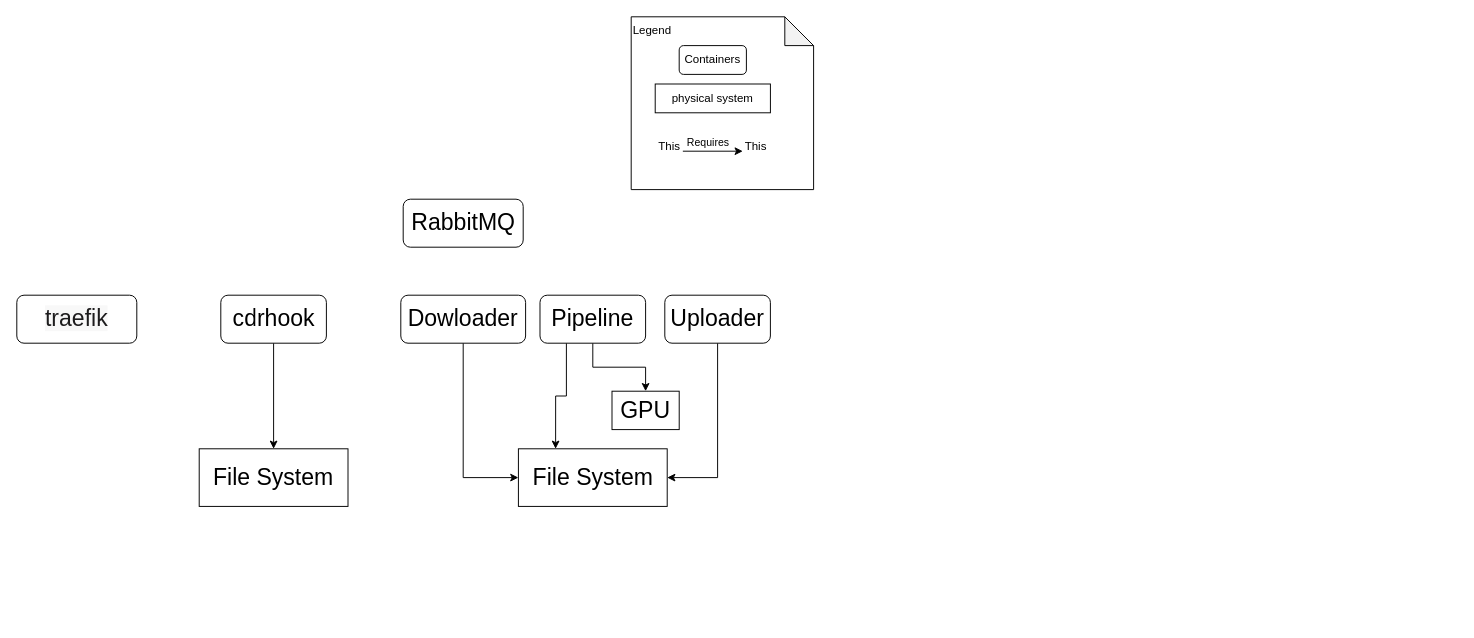
DARPA-CRITICALMAAS/uiuc-cdr keeps this draw.io diagram as SystemDiagram.drawio. Above is the earlier version. Source tidied: cells renumbered, new cells numbered last; positions are measured from the earlier drawing's top-left corner, leaving out a move shared by most shapes. Both pictures are drawn from the tidied source at 96%, with x=0, y=0 at pixel (16, 16).
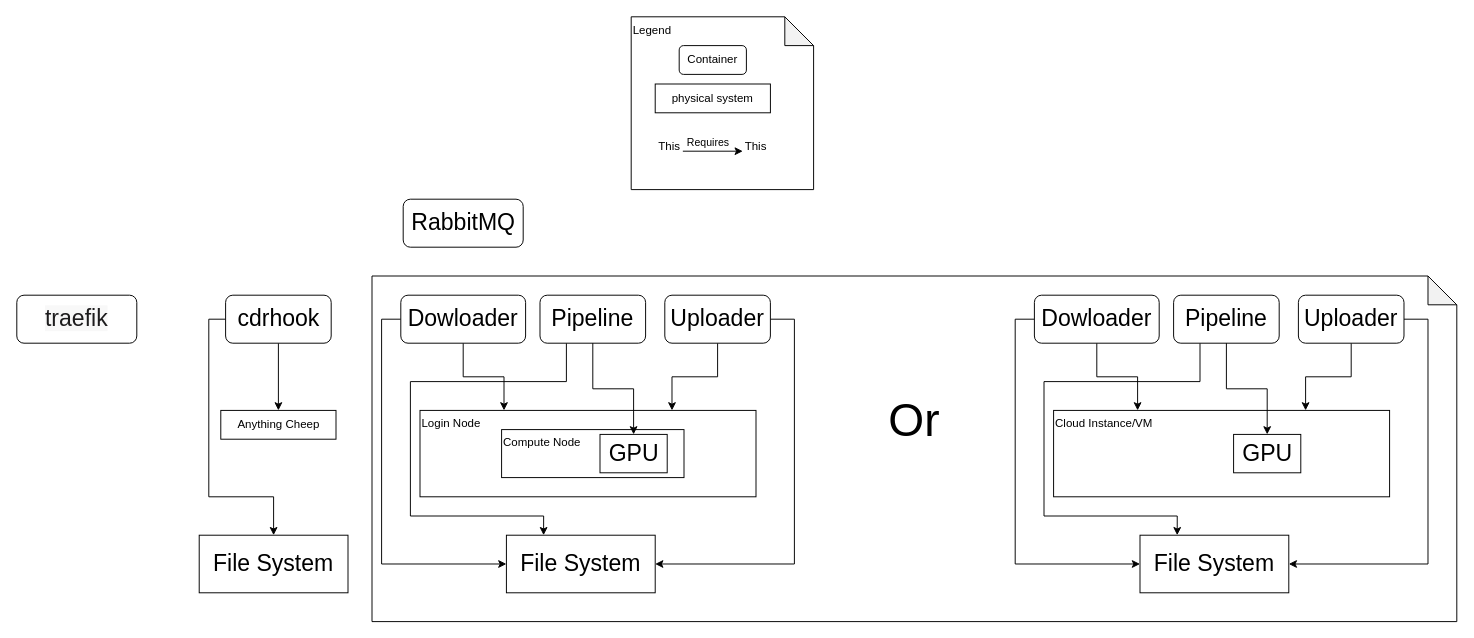
Above is the later version.

Commit message:
adding cluster vs cloud concept

The change refers to these unchanged cells:
```xml
<mxCell id="6" value="Dowloader" style="rounded=1;whiteSpace=wrap;html=1;fontSize=24;" parent="1" vertex="1">
  <mxGeometry x="400" y="290" width="130" height="50" as="geometry" />
</mxCell>
<mxCell id="9" value="Pipeline" style="rounded=1;whiteSpace=wrap;html=1;fontSize=24;" parent="1" vertex="1">
  <mxGeometry x="545" y="290" width="110" height="50" as="geometry" />
</mxCell>
<mxCell id="11" value="Uploader" style="rounded=1;whiteSpace=wrap;html=1;fontSize=24;" parent="1" vertex="1">
  <mxGeometry x="675" y="290" width="110" height="50" as="geometry" />
</mxCell>
```

Diff of the diagram source:
```diff
@@
+    <mxCell id="23" style="shape=note;whiteSpace=wrap;html=1;backgroundOutline=1;darkOpacity=0.05;" parent="1" vertex="1">
+      <mxGeometry x="370" y="270" width="1130" height="360" as="geometry" />
+    </mxCell>
@@
     <mxCell id="3" style="edgeStyle=orthogonalEdgeStyle;rounded=0;jettySize=auto;html=1;entryX=0.5;entryY=0;entryDx=0;entryDy=0;" parent="1" edge="1" source="4" target="14">
-      <mxGeometry relative="1" as="geometry" />
+      <mxGeometry relative="1" as="geometry">
+        <Array as="points">
+          <mxPoint x="200" y="315" />
+          <mxPoint x="200" y="500" />
+          <mxPoint x="268" y="500" />
+        </Array>
+      </mxGeometry>
     </mxCell>
+    <mxCell id="24" style="edgeStyle=orthogonalEdgeStyle;rounded=0;jettySize=auto;html=1;entryX=0.5;entryY=0;entryDx=0;entryDy=0;" parent="1" edge="1" source="4" target="29">
+      <mxGeometry relative="1" as="geometry" />
+    </mxCell>
     <mxCell id="4" value="cdrhook" style="rounded=1;whiteSpace=wrap;html=1;fontSize=24;" parent="1" vertex="1">
-      <mxGeometry x="212.5" y="290" width="110" height="50" as="geometry" />
+      <mxGeometry x="217.5" y="290" width="110" height="50" as="geometry" />
     </mxCell>
     <mxCell id="5" style="edgeStyle=orthogonalEdgeStyle;rounded=0;jettySize=auto;html=1;entryX=0;entryY=0.5;entryDx=0;entryDy=0;" parent="1" edge="1" source="6" target="13">
-      <mxGeometry relative="1" as="geometry" />
+      <mxGeometry relative="1" as="geometry">
+        <Array as="points">
+          <mxPoint x="380" y="315" />
+          <mxPoint x="380" y="570" />
+        </Array>
+      </mxGeometry>
     </mxCell>
+    <mxCell id="25" style="edgeStyle=orthogonalEdgeStyle;rounded=0;jettySize=auto;html=1;entryX=0.25;entryY=0;entryDx=0;entryDy=0;" parent="1" edge="1" source="6" target="27">
+      <mxGeometry relative="1" as="geometry" />
+    </mxCell>
@@
     <mxCell id="7" style="edgeStyle=orthogonalEdgeStyle;rounded=0;jettySize=auto;html=1;entryX=0.25;entryY=0;entryDx=0;entryDy=0;exitX=0.25;exitY=1;exitDx=0;exitDy=0;" parent="1" edge="1" source="9" target="13">
-      <mxGeometry relative="1" as="geometry" />
+      <mxGeometry relative="1" as="geometry">
+        <Array as="points">
+          <mxPoint x="573" y="380" />
+          <mxPoint x="410" y="380" />
+          <mxPoint x="410" y="520" />
+          <mxPoint x="549" y="520" />
+        </Array>
+      </mxGeometry>
     </mxCell>
-    <mxCell id="8" style="edgeStyle=orthogonalEdgeStyle;rounded=0;jettySize=auto;html=1;entryX=0.5;entryY=0;entryDx=0;entryDy=0;" parent="1" edge="1" source="9" target="15">
-      <mxGeometry relative="1" as="geometry" />
-    </mxCell>
@@
     <mxCell id="10" style="edgeStyle=orthogonalEdgeStyle;rounded=0;jettySize=auto;html=1;entryX=1;entryY=0.5;entryDx=0;entryDy=0;" parent="1" edge="1" source="11" target="13">
-      <mxGeometry relative="1" as="geometry" />
+      <mxGeometry relative="1" as="geometry">
+        <Array as="points">
+          <mxPoint x="810" y="315" />
+          <mxPoint x="810" y="570" />
+        </Array>
+      </mxGeometry>
     </mxCell>
+    <mxCell id="26" style="edgeStyle=orthogonalEdgeStyle;rounded=0;jettySize=auto;html=1;entryX=0.75;entryY=0;entryDx=0;entryDy=0;" parent="1" edge="1" source="11" target="27">
+      <mxGeometry relative="1" as="geometry" />
+    </mxCell>
@@
     <mxCell id="13" value="File System" style="rounded=0;whiteSpace=wrap;html=1;fontSize=24;" parent="1" vertex="1">
-      <mxGeometry x="522.5" y="450" width="155" height="60" as="geometry" />
+      <mxGeometry x="510" y="540" width="155" height="60" as="geometry" />
     </mxCell>
     <mxCell id="14" value="File System" style="rounded=0;whiteSpace=wrap;html=1;fontSize=24;" parent="1" vertex="1">
-      <mxGeometry x="190" y="450" width="155" height="60" as="geometry" />
+      <mxGeometry x="190" y="540" width="155" height="60" as="geometry" />
     </mxCell>
-    <mxCell id="15" value="GPU" style="rounded=0;whiteSpace=wrap;html=1;fontSize=24;" parent="1" vertex="1">
-      <mxGeometry x="620" y="390" width="70" height="40" as="geometry" />
-    </mxCell>
-    <mxCell id="16" value="Containers" style="rounded=1;whiteSpace=wrap;html=1;" parent="1" vertex="1">
+    <mxCell id="16" value="Container" style="rounded=1;whiteSpace=wrap;html=1;" parent="1" vertex="1">
       <mxGeometry x="690" y="30" width="70" height="30" as="geometry" />
     </mxCell>
@@
+    <mxCell id="27" value="Login Node" style="rounded=0;whiteSpace=wrap;html=1;verticalAlign=top;align=left;" parent="1" vertex="1">
+      <mxGeometry x="420" y="410" width="350" height="90" as="geometry" />
+    </mxCell>
+    <mxCell id="28" value="Compute Node" style="rounded=0;whiteSpace=wrap;html=1;verticalAlign=top;align=left;" parent="1" vertex="1">
+      <mxGeometry x="505" y="430" width="190" height="50" as="geometry" />
+    </mxCell>
+    <mxCell id="15" value="GPU" style="rounded=0;whiteSpace=wrap;html=1;fontSize=24;" parent="1" vertex="1">
+      <mxGeometry x="607.5" y="435" width="70" height="40" as="geometry" />
+    </mxCell>
+    <mxCell id="8" style="edgeStyle=orthogonalEdgeStyle;rounded=0;jettySize=auto;html=1;entryX=0.5;entryY=0;entryDx=0;entryDy=0;" parent="1" edge="1" source="9" target="15">
+      <mxGeometry relative="1" as="geometry" />
+    </mxCell>
+    <mxCell id="29" value="Anything Cheep" style="rounded=0;whiteSpace=wrap;html=1;" parent="1" vertex="1">
+      <mxGeometry x="212.5" y="410" width="120" height="30" as="geometry" />
+    </mxCell>
+    <mxCell id="30" value="Or" style="text;html=1;align=center;verticalAlign=middle;whiteSpace=wrap;rounded=0;fontSize=48;" parent="1" vertex="1">
+      <mxGeometry x="905" y="405" width="60" height="30" as="geometry" />
+    </mxCell>
+    <mxCell id="31" style="edgeStyle=orthogonalEdgeStyle;rounded=0;jettySize=auto;html=1;entryX=0;entryY=0.5;entryDx=0;entryDy=0;" parent="1" edge="1" source="33" target="39">
+      <mxGeometry relative="1" as="geometry">
+        <Array as="points">
+          <mxPoint x="1040" y="315" />
+          <mxPoint x="1040" y="570" />
+        </Array>
+      </mxGeometry>
+    </mxCell>
+    <mxCell id="32" style="edgeStyle=orthogonalEdgeStyle;rounded=0;jettySize=auto;html=1;entryX=0.25;entryY=0;entryDx=0;entryDy=0;" parent="1" edge="1" source="33" target="40">
+      <mxGeometry relative="1" as="geometry" />
+    </mxCell>
+    <mxCell id="33" value="Dowloader" style="rounded=1;whiteSpace=wrap;html=1;fontSize=24;" parent="1" vertex="1">
+      <mxGeometry x="1060" y="290" width="130" height="50" as="geometry" />
+    </mxCell>
+    <mxCell id="34" style="edgeStyle=orthogonalEdgeStyle;rounded=0;jettySize=auto;html=1;entryX=0.25;entryY=0;entryDx=0;entryDy=0;exitX=0.25;exitY=1;exitDx=0;exitDy=0;" parent="1" edge="1" source="35" target="39">
+      <mxGeometry relative="1" as="geometry">
+        <Array as="points">
+          <mxPoint x="1233" y="380" />
+          <mxPoint x="1070" y="380" />
+          <mxPoint x="1070" y="520" />
+          <mxPoint x="1209" y="520" />
+        </Array>
+      </mxGeometry>
+    </mxCell>
+    <mxCell id="35" value="Pipeline" style="rounded=1;whiteSpace=wrap;html=1;fontSize=24;" parent="1" vertex="1">
+      <mxGeometry x="1205" y="290" width="110" height="50" as="geometry" />
+    </mxCell>
+    <mxCell id="36" style="edgeStyle=orthogonalEdgeStyle;rounded=0;jettySize=auto;html=1;entryX=1;entryY=0.5;entryDx=0;entryDy=0;" parent="1" edge="1" source="38" target="39">
+      <mxGeometry relative="1" as="geometry">
+        <Array as="points">
+          <mxPoint x="1470" y="315" />
+          <mxPoint x="1470" y="570" />
+        </Array>
+      </mxGeometry>
+    </mxCell>
+    <mxCell id="37" style="edgeStyle=orthogonalEdgeStyle;rounded=0;jettySize=auto;html=1;entryX=0.75;entryY=0;entryDx=0;entryDy=0;" parent="1" edge="1" source="38" target="40">
+      <mxGeometry relative="1" as="geometry" />
+    </mxCell>
+    <mxCell id="38" value="Uploader" style="rounded=1;whiteSpace=wrap;html=1;fontSize=24;" parent="1" vertex="1">
+      <mxGeometry x="1335" y="290" width="110" height="50" as="geometry" />
+    </mxCell>
+    <mxCell id="39" value="File System" style="rounded=0;whiteSpace=wrap;html=1;fontSize=24;" parent="1" vertex="1">
+      <mxGeometry x="1170" y="540" width="155" height="60" as="geometry" />
+    </mxCell>
+    <mxCell id="40" value="Cloud Instance/VM" style="rounded=0;whiteSpace=wrap;html=1;verticalAlign=top;align=left;" parent="1" vertex="1">
+      <mxGeometry x="1080" y="410" width="350" height="90" as="geometry" />
+    </mxCell>
+    <mxCell id="41" value="GPU" style="rounded=0;whiteSpace=wrap;html=1;fontSize=24;" parent="1" vertex="1">
+      <mxGeometry x="1267.5" y="435" width="70" height="40" as="geometry" />
+    </mxCell>
+    <mxCell id="42" style="edgeStyle=orthogonalEdgeStyle;rounded=0;jettySize=auto;html=1;entryX=0.5;entryY=0;entryDx=0;entryDy=0;" parent="1" edge="1" source="35" target="41">
+      <mxGeometry relative="1" as="geometry" />
+    </mxCell>
```
